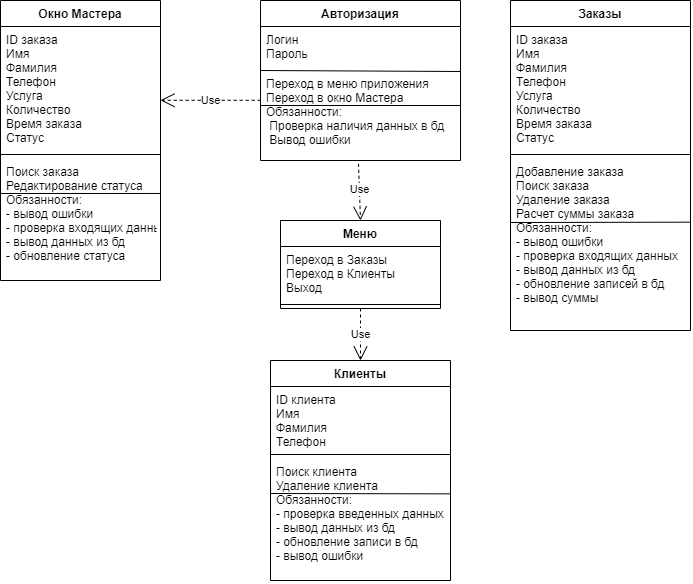
The draw.io diagram иоро.png in AlinaShvetsova/BI-IDJavaScript, before a commit. Source tidied: cells renumbered, new cells last; positions are measured from the earlier drawing's top-left corner, leaving out a move shared by most shapes. Its diagram source:
```xml
<mxGraphModel>
  <root>
    <mxCell id="0" />
    <mxCell id="1" parent="0" />
    <mxCell id="2" value="Авторизация" style="swimlane;fontStyle=1;align=center;verticalAlign=top;horizontal=1;startSize=26;" parent="1" vertex="1">
      <mxGeometry x="260" width="200" height="160" as="geometry" />
    </mxCell>
    <mxCell id="3" style="endArrow=none;html=1;entryX=1;entryY=0.011;entryDx=0;entryDy=0;entryPerimeter=0;" parent="2" edge="1" target="5">
      <mxGeometry relative="1" as="geometry">
        <mxPoint y="70" as="sourcePoint" />
      </mxGeometry>
    </mxCell>
    <mxCell id="4" value="Логин&#10;Пароль" style="text;strokeColor=none;fillColor=none;align=left;verticalAlign=top;spacingLeft=4;spacingRight=4;overflow=hidden;" parent="2" vertex="1">
      <mxGeometry y="26" width="200" height="44" as="geometry" />
    </mxCell>
    <mxCell id="5" value="Переход в меню приложения&#10;Переход в окно Мастера&#10;Обязанности:&#10; Проверка наличия данных в бд&#10; Вывод ошибки" style="text;strokeColor=none;fillColor=none;align=left;verticalAlign=top;spacingLeft=4;spacingRight=4;overflow=hidden;points=[[0,0.5],[1,0.5]];portConstraint=eastwest;" parent="2" vertex="1">
      <mxGeometry y="70" width="200" height="90" as="geometry" />
    </mxCell>
    <mxCell id="6" style="endArrow=none;html=1;" parent="2" edge="1">
      <mxGeometry relative="1" as="geometry">
        <mxPoint y="105" as="sourcePoint" />
        <mxPoint x="200" y="105" as="targetPoint" />
      </mxGeometry>
    </mxCell>
    <mxCell id="7" value="Окно Мастера&#10;" style="swimlane;fontStyle=1;align=center;verticalAlign=top;horizontal=1;startSize=26;" parent="1" vertex="1">
      <mxGeometry width="160" height="280" as="geometry" />
    </mxCell>
    <mxCell id="8" value="ID заказа&#10;Имя&#10;Фамилия&#10;Телефон&#10;Услуга&#10;Количество&#10;Время заказа&#10;Статус" style="text;strokeColor=none;fillColor=none;align=left;verticalAlign=top;spacingLeft=4;spacingRight=4;overflow=hidden;points=[[0,0.5],[1,0.5]];portConstraint=eastwest;" parent="7" vertex="1">
      <mxGeometry y="26" width="160" height="124" as="geometry" />
    </mxCell>
    <mxCell id="9" style="line;strokeWidth=1;fillColor=none;align=left;verticalAlign=middle;spacingTop=-1;spacingLeft=3;spacingRight=3;labelPosition=right;" parent="7" vertex="1">
      <mxGeometry y="150" width="160" height="8" as="geometry" />
    </mxCell>
    <mxCell id="10" style="endArrow=none;html=1;exitX=0.999;exitY=0.262;exitDx=0;exitDy=0;exitPerimeter=0;" parent="7" edge="1">
      <mxGeometry relative="1" as="geometry">
        <mxPoint x="159.8" y="193" as="sourcePoint" />
        <mxPoint y="193" as="targetPoint" />
      </mxGeometry>
    </mxCell>
    <mxCell id="11" value="Поиск заказа&#10;Редактирование статуса&#10;Обязанности:&#10;- вывод ошибки&#10;- проверка входящих данных&#10;- вывод данных из бд&#10;- обновление статуса" style="text;strokeColor=none;fillColor=none;align=left;verticalAlign=top;spacingLeft=4;spacingRight=4;overflow=hidden;" parent="7" vertex="1">
      <mxGeometry y="158" width="160" height="122" as="geometry" />
    </mxCell>
    <mxCell id="12" value="Use" style="endArrow=open;endSize=12;dashed=1;html=1;exitX=0.001;exitY=0.331;exitDx=0;exitDy=0;exitPerimeter=0;entryX=1;entryY=0.595;entryDx=0;entryDy=0;entryPerimeter=0;" parent="1" edge="1" source="5" target="8">
      <mxGeometry relative="1" as="geometry" />
    </mxCell>
    <mxCell id="13" value="Use" style="endArrow=open;endSize=12;dashed=1;html=1;exitX=0.56;exitY=1.037;exitDx=0;exitDy=0;exitPerimeter=0;entryX=0.5;entryY=0;entryDx=0;entryDy=0;" parent="1" edge="1" target="14">
      <mxGeometry x="-0.09" relative="1" as="geometry">
        <mxPoint x="358" y="163.3" as="sourcePoint" />
      </mxGeometry>
    </mxCell>
    <mxCell id="14" value="Меню" style="swimlane;fontStyle=1;align=center;verticalAlign=top;horizontal=1;startSize=26;" parent="1" vertex="1">
      <mxGeometry x="280" y="220" width="160" height="88" as="geometry" />
    </mxCell>
    <mxCell id="15" value="Переход в Заказы&#10;Переход в Клиенты&#10;Выход" style="text;strokeColor=none;fillColor=none;align=left;verticalAlign=top;spacingLeft=4;spacingRight=4;overflow=hidden;points=[[0,0.5],[1,0.5]];portConstraint=eastwest;" parent="14" vertex="1">
      <mxGeometry y="26" width="160" height="54" as="geometry" />
    </mxCell>
    <mxCell id="16" style="line;strokeWidth=1;fillColor=none;align=left;verticalAlign=middle;spacingTop=-1;spacingLeft=3;spacingRight=3;labelPosition=right;" parent="14" vertex="1">
      <mxGeometry y="80" width="160" height="8" as="geometry" />
    </mxCell>
    <mxCell id="17" value="Use" style="endArrow=open;endSize=12;dashed=1;html=1;exitX=0.5;exitY=1;exitDx=0;exitDy=0;entryX=0.5;entryY=0;entryDx=0;entryDy=0;" parent="1" edge="1" source="14" target="23">
      <mxGeometry relative="1" as="geometry" />
    </mxCell>
    <mxCell id="18" value="Заказы" style="swimlane;fontStyle=1;align=center;verticalAlign=top;horizontal=1;startSize=26;" parent="1" vertex="1">
      <mxGeometry x="510" width="180" height="330" as="geometry" />
    </mxCell>
    <mxCell id="19" value="ID заказа&#10;Имя&#10;Фамилия&#10;Телефон&#10;Услуга&#10;Количество&#10;Время заказа&#10;Статус" style="text;strokeColor=none;fillColor=none;align=left;verticalAlign=top;spacingLeft=4;spacingRight=4;overflow=hidden;" parent="18" vertex="1">
      <mxGeometry y="26" width="180" height="124" as="geometry" />
    </mxCell>
    <mxCell id="20" style="line;strokeWidth=1;fillColor=none;align=left;verticalAlign=middle;spacingTop=-1;spacingLeft=3;spacingRight=3;labelPosition=right;" parent="18" vertex="1">
      <mxGeometry y="150" width="180" height="8" as="geometry" />
    </mxCell>
    <mxCell id="21" value="Добавление заказа&#10;Поиск заказа&#10;Удаление заказа&#10;Расчет суммы заказа&#10;Обязанности:&#10;- вывод ошибки&#10;- проверка входящих данных&#10;- вывод данных из бд&#10;- обновление записей в бд&#10;- вывод суммы" style="text;strokeColor=none;fillColor=none;align=left;verticalAlign=top;spacingLeft=4;spacingRight=4;overflow=hidden;points=[[0,0.5],[1,0.5]];portConstraint=eastwest;" parent="18" vertex="1">
      <mxGeometry y="158" width="180" height="172" as="geometry" />
    </mxCell>
    <mxCell id="22" style="endArrow=none;html=1;exitX=0.006;exitY=0.378;exitDx=0;exitDy=0;exitPerimeter=0;entryX=1.007;entryY=0.376;entryDx=0;entryDy=0;entryPerimeter=0;" parent="18" edge="1">
      <mxGeometry relative="1" as="geometry">
        <mxPoint x="0.1" y="222" as="sourcePoint" />
        <mxPoint x="180.3" y="221.7" as="targetPoint" />
      </mxGeometry>
    </mxCell>
    <mxCell id="23" value="Клиенты" style="swimlane;fontStyle=1;align=center;verticalAlign=top;horizontal=1;startSize=26;" parent="1" vertex="1">
      <mxGeometry x="270" y="360" width="180" height="220" as="geometry" />
    </mxCell>
    <mxCell id="24" value="ID клиента&#10;Имя&#10;Фамилия&#10;Телефон" style="text;strokeColor=none;fillColor=none;align=left;verticalAlign=top;spacingLeft=4;spacingRight=4;overflow=hidden;" parent="23" vertex="1">
      <mxGeometry y="26" width="180" height="64" as="geometry" />
    </mxCell>
    <mxCell id="25" style="line;strokeWidth=1;fillColor=none;align=left;verticalAlign=middle;spacingTop=-1;spacingLeft=3;spacingRight=3;labelPosition=right;" parent="23" vertex="1">
      <mxGeometry y="90" width="180" height="8" as="geometry" />
    </mxCell>
    <mxCell id="26" value="Поиск клиента&#10;Удаление клиента&#10;Обязанности:&#10;- проверка введенных данных&#10;- вывод данных из бд&#10;- обновление записи в бд&#10;- вывод ошибки" style="text;strokeColor=none;fillColor=none;align=left;verticalAlign=top;spacingLeft=4;spacingRight=4;overflow=hidden;" parent="23" vertex="1">
      <mxGeometry y="98" width="180" height="122" as="geometry" />
    </mxCell>
    <mxCell id="27" style="endArrow=none;html=1;exitX=0.003;exitY=0.295;exitDx=0;exitDy=0;exitPerimeter=0;entryX=0.997;entryY=0.298;entryDx=0;entryDy=0;entryPerimeter=0;" parent="23" edge="1">
      <mxGeometry relative="1" as="geometry">
        <mxPoint x="0.5" y="133" as="sourcePoint" />
        <mxPoint x="179.5" y="133.4" as="targetPoint" />
      </mxGeometry>
    </mxCell>
  </root>
</mxGraphModel>
```
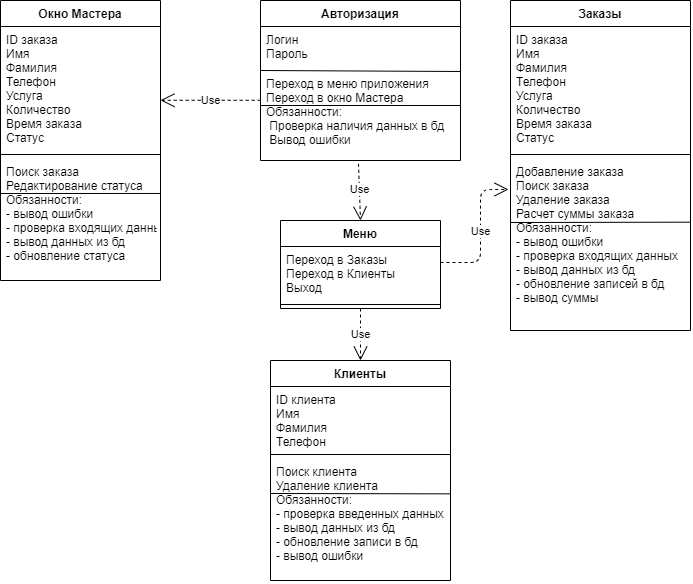
The same file after the commit.

The edit, as a diff of the source:
```diff
@@ -96,5 +96,13 @@
         <mxPoint x="179.5" y="133.4" as="targetPoint" />
       </mxGeometry>
     </mxCell>
+    <mxCell id="28" value="Use" style="endArrow=open;endSize=12;dashed=1;html=1;exitX=1;exitY=0.296;exitDx=0;exitDy=0;exitPerimeter=0;entryX=-0.011;entryY=0.18;entryDx=0;entryDy=0;entryPerimeter=0;" parent="1" edge="1" source="15" target="21">
+      <mxGeometry relative="1" as="geometry">
+        <Array as="points">
+          <mxPoint x="480" y="262" />
+          <mxPoint x="480" y="189" />
+        </Array>
+      </mxGeometry>
+    </mxCell>
   </root>
 </mxGraphModel>
```
